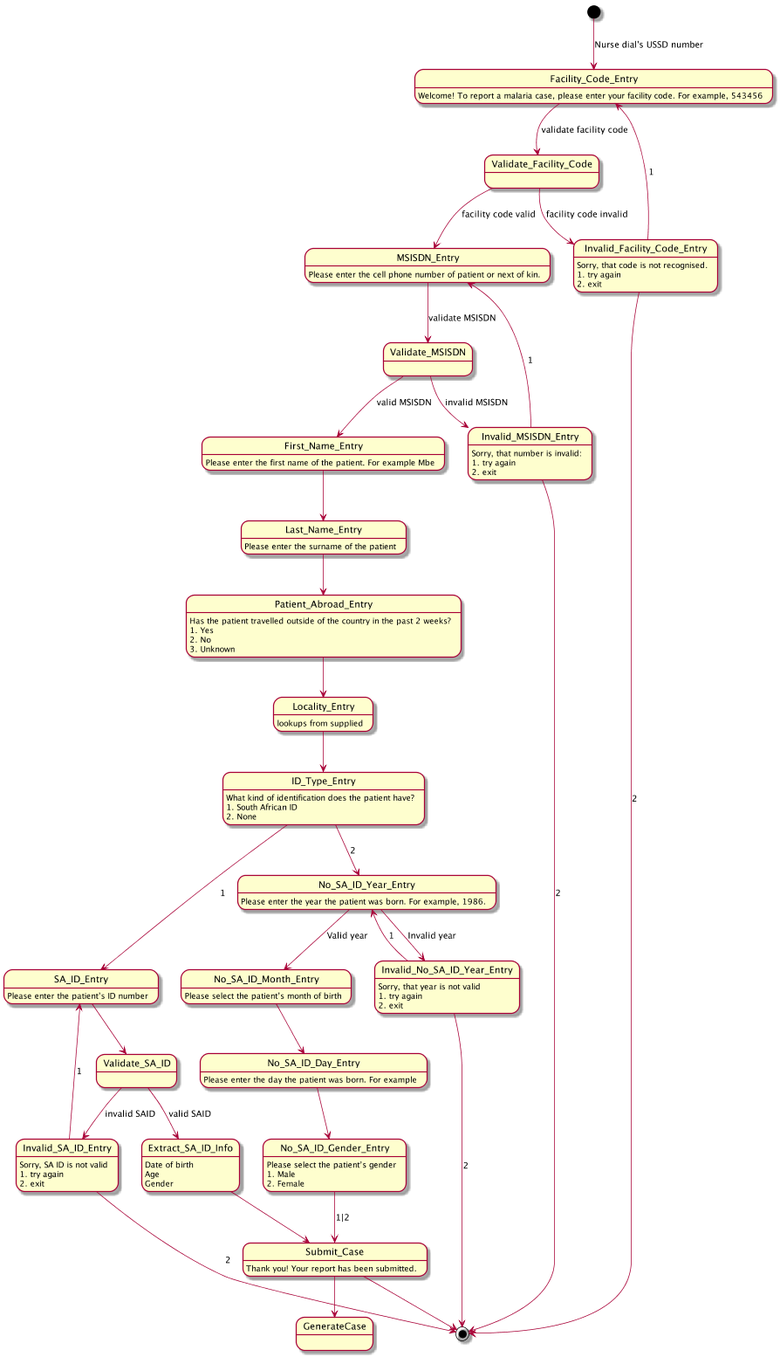
This is State.png from praekeltfoundation/go-jsbox-malaria24, a PlantUML export, as it was before one commit.
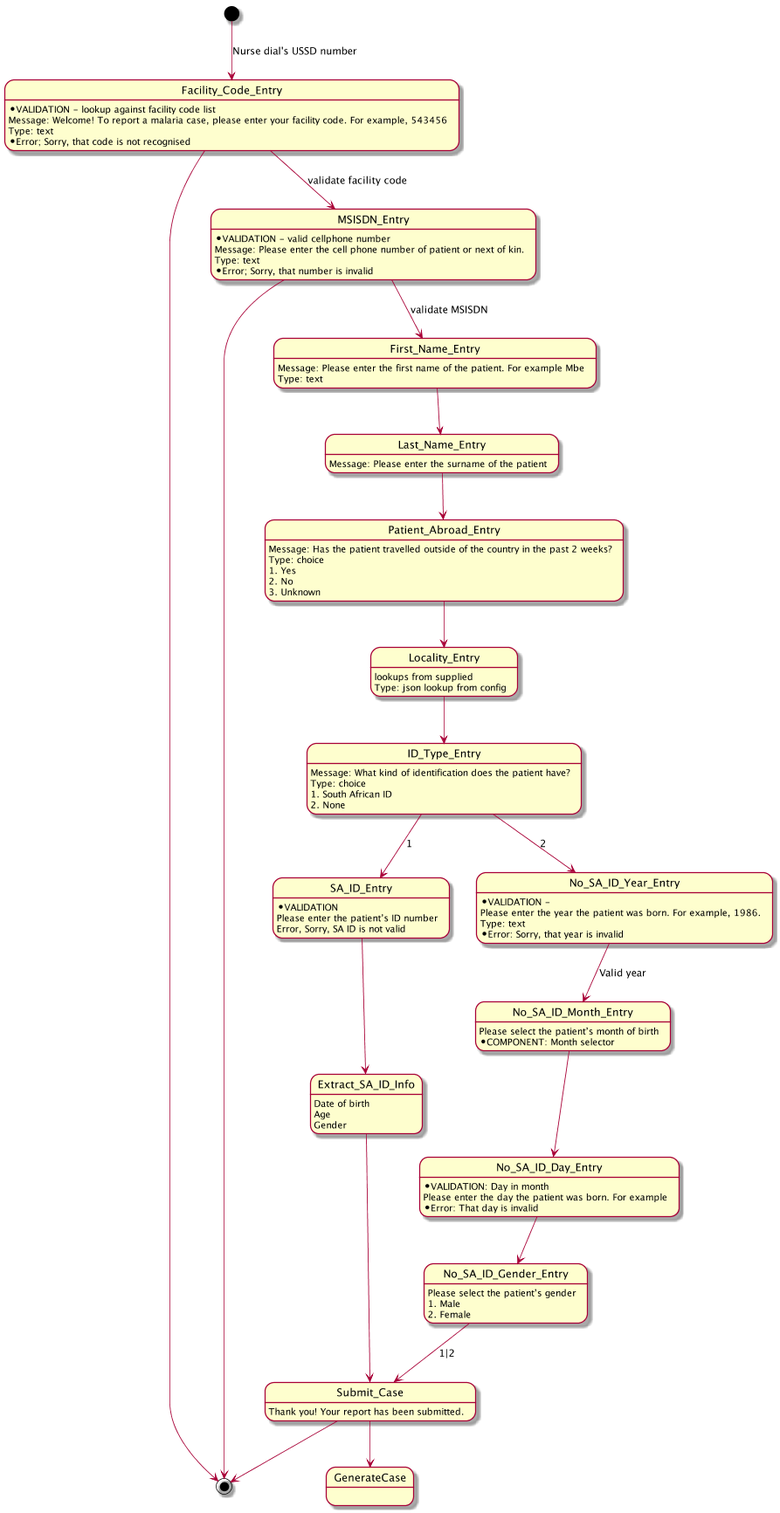
After the commit.

Commit message:
Adjusted the state diagram to better describe the interface. Simplified thanks to Vumi's featureset.

Diff of the diagram source:
```diff
@@ -3,63 +3,59 @@
 
 
 [*] --> Facility_Code_Entry : Nurse dial's USSD number
-Facility_Code_Entry : Welcome! To report a malaria case, please enter your facility code. For example, 543456
 
-Facility_Code_Entry --> Validate_Facility_Code : validate facility code
-Validate_Facility_Code --> Invalid_Facility_Code_Entry : facility code invalid
-Invalid_Facility_Code_Entry: Sorry, that code is not recognised.
-Invalid_Facility_Code_Entry: 1. try again
-Invalid_Facility_Code_Entry: 2. exit
-Invalid_Facility_Code_Entry --> [*] : 2
-Invalid_Facility_Code_Entry --> Facility_Code_Entry : 1
-Validate_Facility_Code --> MSISDN_Entry : facility code valid
-MSISDN_Entry : Please enter the cell phone number of patient or next of kin.
+Facility_Code_Entry : *VALIDATION - lookup against facility code list
+Facility_Code_Entry : Message: Welcome! To report a malaria case, please enter your facility code. For example, 543456
+Facility_Code_Entry : Type: text
+Facility_Code_Entry : *Error; Sorry, that code is not recognised
+Facility_Code_Entry --> [*]
+Facility_Code_Entry --> MSISDN_Entry : validate facility code
 
-MSISDN_Entry --> Validate_MSISDN : validate MSISDN
-Validate_MSISDN --> First_Name_Entry : valid MSISDN
-Validate_MSISDN --> Invalid_MSISDN_Entry : invalid MSISDN
+MSISDN_Entry : *VALIDATION - valid cellphone number
+MSISDN_Entry : Message: Please enter the cell phone number of patient or next of kin.
+MSISDN_Entry : Type: text
+MSISDN_Entry : *Error; Sorry, that number is invalid
+MSISDN_Entry --> [*]
+MSISDN_Entry --> First_Name_Entry : validate MSISDN
 
-Invalid_MSISDN_Entry : Sorry, that number is invalid:
-Invalid_MSISDN_Entry: 1. try again
-Invalid_MSISDN_Entry: 2. exit
+First_Name_Entry : Message: Please enter the first name of the patient. For example Mbe
+First_Name_Entry : Type: text
+First_Name_Entry --> Last_Name_Entry
 
-Invalid_MSISDN_Entry --> MSISDN_Entry : 1
-Invalid_MSISDN_Entry --> [*] : 2
+Last_Name_Entry : Message: Please enter the surname of the patient
+Last_Name_Entry --> Patient_Abroad_Entry
 
-
-First_Name_Entry : Please enter the first name of the patient. For example Mbe
-First_Name_Entry --> Last_Name_Entry
-Last_Name_Entry : Please enter the surname of the patient
-
-Last_Name_Entry --> Patient_Abroad_Entry
-Patient_Abroad_Entry : Has the patient travelled outside of the country in the past 2 weeks?
+Patient_Abroad_Entry : Message: Has the patient travelled outside of the country in the past 2 weeks?
+Patient_Abroad_Entry: Type: choice
 Patient_Abroad_Entry: 1. Yes
 Patient_Abroad_Entry : 2. No
 Patient_Abroad_Entry : 3. Unknown
 Patient_Abroad_Entry --> Locality_Entry
+
 Locality_Entry : lookups from supplied
+Locality_Entry : Type: json lookup from config
 Locality_Entry --> ID_Type_Entry
-ID_Type_Entry --> SA_ID_Entry : 1
-ID_Type_Entry : What kind of identification does the patient have?
+
+ID_Type_Entry : Message: What kind of identification does the patient have?
+ID_Type_Entry : Type: choice
 ID_Type_Entry : 1. South African ID
 ID_Type_Entry : 2. None
+ID_Type_Entry --> SA_ID_Entry : 1
+ID_Type_Entry --> No_SA_ID_Year_Entry : 2
 
-ID_Type_Entry --> No_SA_ID_Year_Entry : 2
+No_SA_ID_Year_Entry : *VALIDATION -
 No_SA_ID_Year_Entry : Please enter the year the patient was born. For example, 1986.
-No_SA_ID_Year_Entry --> Invalid_No_SA_ID_Year_Entry : Invalid year
-Invalid_No_SA_ID_Year_Entry: Sorry, that year is not valid
-Invalid_No_SA_ID_Year_Entry : 1. try again
-Invalid_No_SA_ID_Year_Entry : 2. exit
-
-Invalid_No_SA_ID_Year_Entry --> [*] : 2
-Invalid_No_SA_ID_Year_Entry --> No_SA_ID_Year_Entry : 1
-
+No_SA_ID_Year_Entry : Type: text
+No_SA_ID_Year_Entry : *Error: Sorry, that year is invalid
 
 No_SA_ID_Year_Entry --> No_SA_ID_Month_Entry : Valid year
 No_SA_ID_Month_Entry : Please select the patient?s month of birth
+No_SA_ID_Month_Entry : * COMPONENT: Month selector
 No_SA_ID_Month_Entry --> No_SA_ID_Day_Entry
 
+No_SA_ID_Day_Entry : *VALIDATION: Day in month
 No_SA_ID_Day_Entry : Please enter the day the patient was born. For example
+No_SA_ID_Day_Entry : *Error: That day is invalid
 No_SA_ID_Day_Entry --> No_SA_ID_Gender_Entry
 
 No_SA_ID_Gender_Entry : Please select the patient?s gender
@@ -67,18 +63,10 @@
 No_SA_ID_Gender_Entry : 2. Female
 No_SA_ID_Gender_Entry --> Submit_Case : 1|2
 
+SA_ID_Entry : *VALIDATION
 SA_ID_Entry : Please enter the patient?s ID number
-SA_ID_Entry --> Validate_SA_ID
-
-Validate_SA_ID --> Extract_SA_ID_Info : valid SAID
-Validate_SA_ID --> Invalid_SA_ID_Entry : invalid SAID
-
-
-Invalid_SA_ID_Entry : Sorry, SA ID is not valid
-Invalid_SA_ID_Entry : 1. try again
-Invalid_SA_ID_Entry : 2. exit
-Invalid_SA_ID_Entry --> SA_ID_Entry : 1
-Invalid_SA_ID_Entry --> [*] : 2
+SA_ID_Entry: Error, Sorry, SA ID is not valid
+SA_ID_Entry --> Extract_SA_ID_Info
 
 Extract_SA_ID_Info --> Submit_Case
 Extract_SA_ID_Info : Date of birth
@@ -88,7 +76,6 @@
 Submit_Case --> [*]
 
 Submit_Case: Thank you! Your report has been submitted.
-
 Submit_Case --> GenerateCase
 
 @enduml
```
